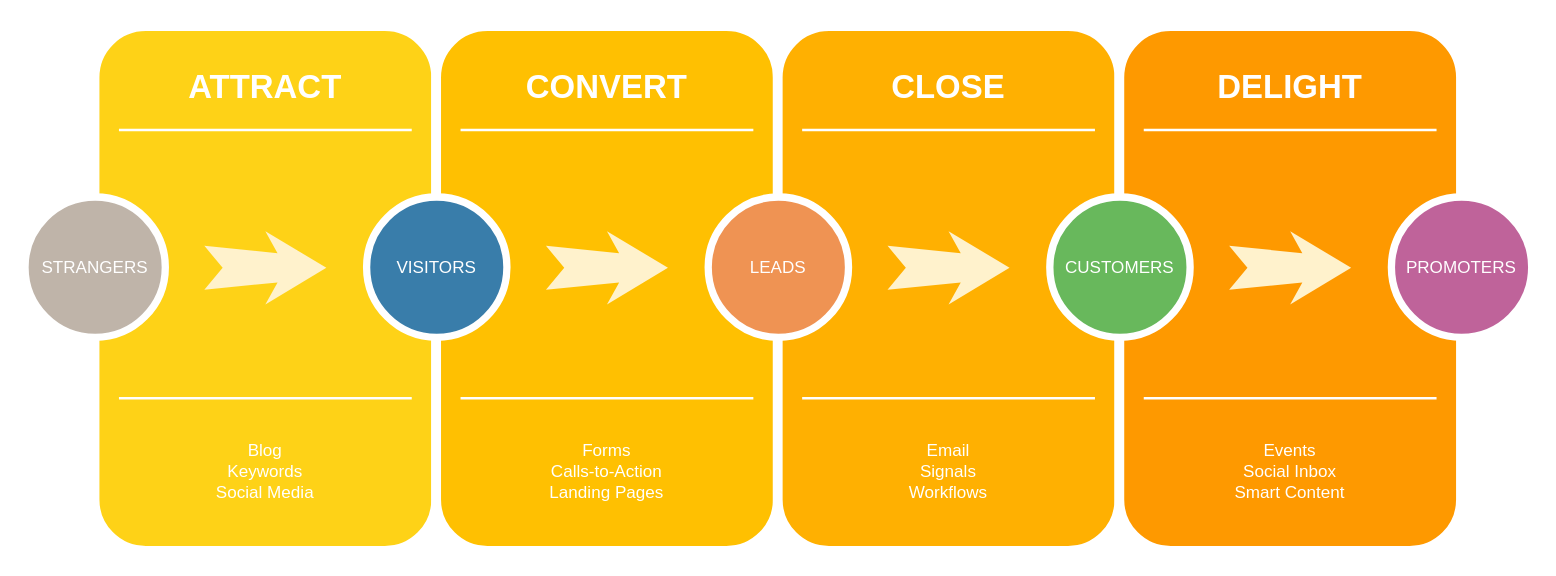
The draw.io diagram Untitled Diagram.drawio in pyunqi/drawGram, before the edit. Source tidied: cells renumbered, new cells numbered last; positions are measured from the earlier drawing's top-left corner, leaving out a move shared by most shapes. Both pictures are drawn from the tidied source at 122%, with x=0, y=0 at pixel (24, 26).
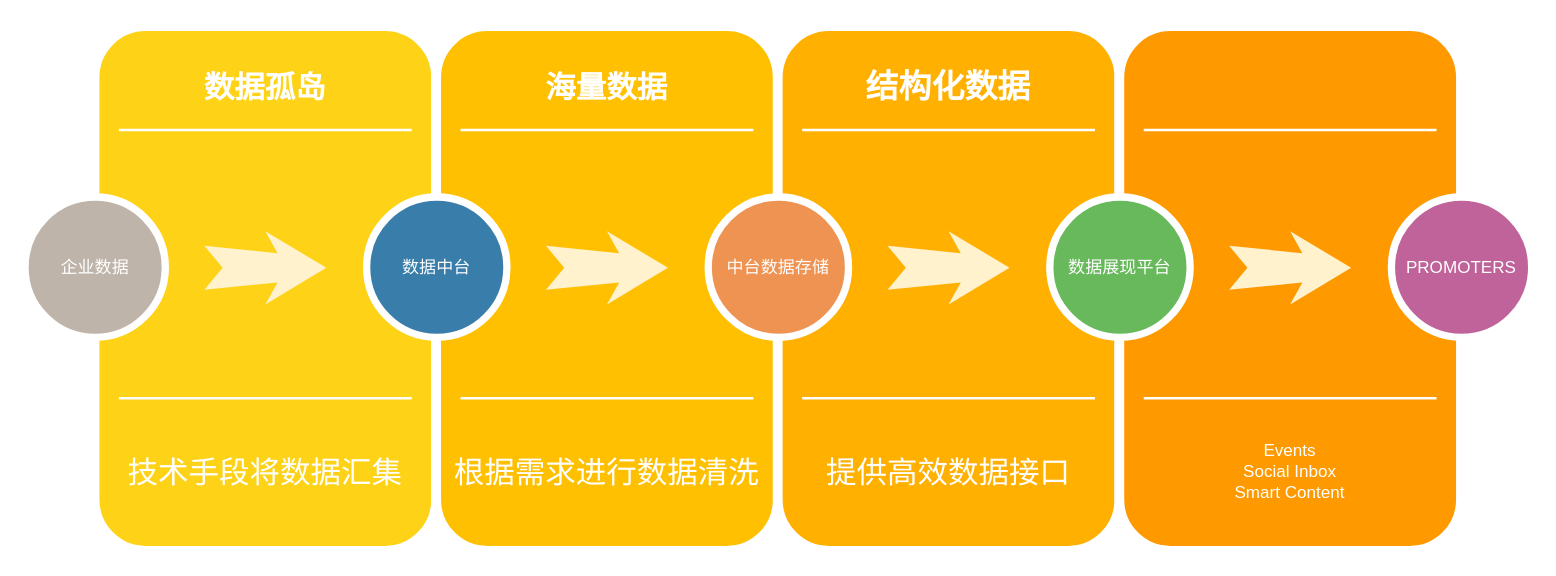
The same page after the edit.

Change to the diagram source:
```diff
@@
-    <mxCell id="3" value="ATTRACT" style="text;html=1;strokeColor=none;fillColor=none;align=center;verticalAlign=middle;whiteSpace=wrap;rounded=0;shadow=0;fontSize=27;fontColor=#FFFFFF;fontStyle=1;" parent="1" vertex="1">
+    <mxCell id="3" value="&lt;span style=&quot;font-size: 25px;&quot;&gt;数据孤岛&lt;/span&gt;" style="text;html=1;strokeColor=none;fillColor=none;align=center;verticalAlign=middle;whiteSpace=wrap;rounded=0;shadow=0;fontSize=27;fontColor=#FFFFFF;fontStyle=1;" parent="1" vertex="1">
       <mxGeometry x="57" y="20" width="280" height="60" as="geometry" />
     </mxCell>
-    <mxCell id="4" value="Blog&lt;div&gt;Keywords&lt;/div&gt;&lt;div&gt;Social Media&lt;/div&gt;" style="text;html=1;strokeColor=none;fillColor=none;align=center;verticalAlign=middle;whiteSpace=wrap;rounded=0;shadow=0;fontSize=14;fontColor=#FFFFFF;" parent="1" vertex="1">
+    <mxCell id="4" value="&lt;font style=&quot;font-size: 25px;&quot;&gt;技术手段将数据汇集&lt;/font&gt;" style="text;html=1;strokeColor=none;fillColor=none;align=center;verticalAlign=middle;whiteSpace=wrap;rounded=0;shadow=0;fontSize=14;fontColor=#FFFFFF;" parent="1" vertex="1">
       <mxGeometry x="57" y="320" width="280" height="90" as="geometry" />
     </mxCell>
@@
-    <mxCell id="7" value="STRANGERS" style="ellipse;whiteSpace=wrap;html=1;rounded=0;shadow=0;strokeWidth=6;fontSize=14;align=center;fillColor=#BFB4A9;strokeColor=#FFFFFF;fontColor=#FFFFFF;" parent="1" vertex="1">
+    <mxCell id="7" value="企业数据" style="ellipse;whiteSpace=wrap;html=1;rounded=0;shadow=0;strokeWidth=6;fontSize=14;align=center;fillColor=#BFB4A9;strokeColor=#FFFFFF;fontColor=#FFFFFF;" parent="1" vertex="1">
       <mxGeometry y="140" width="115" height="115" as="geometry" />
     </mxCell>
@@
-    <mxCell id="10" value="CONVERT" style="text;html=1;strokeColor=none;fillColor=none;align=center;verticalAlign=middle;whiteSpace=wrap;rounded=0;shadow=0;fontSize=27;fontColor=#FFFFFF;fontStyle=1;" parent="1" vertex="1">
+    <mxCell id="10" value="&lt;font style=&quot;font-size: 25px;&quot;&gt;海量数据&lt;/font&gt;" style="text;html=1;strokeColor=none;fillColor=none;align=center;verticalAlign=middle;whiteSpace=wrap;rounded=0;shadow=0;fontSize=27;fontColor=#FFFFFF;fontStyle=1;" parent="1" vertex="1">
       <mxGeometry x="337" y="20" width="280" height="60" as="geometry" />
     </mxCell>
-    <mxCell id="11" value="Forms&lt;div&gt;Calls-to-Action&lt;/div&gt;&lt;div&gt;Landing Pages&lt;/div&gt;" style="text;html=1;strokeColor=none;fillColor=none;align=center;verticalAlign=middle;whiteSpace=wrap;rounded=0;shadow=0;fontSize=14;fontColor=#FFFFFF;" parent="1" vertex="1">
+    <mxCell id="11" value="&lt;font style=&quot;font-size: 25px;&quot;&gt;根据需求进行数据清洗&lt;/font&gt;" style="text;html=1;strokeColor=none;fillColor=none;align=center;verticalAlign=middle;whiteSpace=wrap;rounded=0;shadow=0;fontSize=14;fontColor=#FFFFFF;" parent="1" vertex="1">
       <mxGeometry x="337" y="320" width="280" height="90" as="geometry" />
     </mxCell>
@@
-    <mxCell id="14" value="VISITORS" style="ellipse;whiteSpace=wrap;html=1;rounded=0;shadow=0;strokeWidth=6;fontSize=14;align=center;fillColor=#397DAA;strokeColor=#FFFFFF;fontColor=#FFFFFF;" parent="1" vertex="1">
+    <mxCell id="14" value="数据中台" style="ellipse;whiteSpace=wrap;html=1;rounded=0;shadow=0;strokeWidth=6;fontSize=14;align=center;fillColor=#397DAA;strokeColor=#FFFFFF;fontColor=#FFFFFF;" parent="1" vertex="1">
       <mxGeometry x="280" y="140" width="115" height="115" as="geometry" />
     </mxCell>
@@
-    <mxCell id="17" value="CLOSE" style="text;html=1;strokeColor=none;fillColor=none;align=center;verticalAlign=middle;whiteSpace=wrap;rounded=0;shadow=0;fontSize=27;fontColor=#FFFFFF;fontStyle=1;" parent="1" vertex="1">
+    <mxCell id="17" value="结构化数据" style="text;html=1;strokeColor=none;fillColor=none;align=center;verticalAlign=middle;whiteSpace=wrap;rounded=0;shadow=0;fontSize=27;fontColor=#FFFFFF;fontStyle=1;" parent="1" vertex="1">
       <mxGeometry x="617" y="20" width="280" height="60" as="geometry" />
     </mxCell>
-    <mxCell id="18" value="Email&lt;div&gt;Signals&lt;/div&gt;&lt;div&gt;Workflows&lt;/div&gt;" style="text;html=1;strokeColor=none;fillColor=none;align=center;verticalAlign=middle;whiteSpace=wrap;rounded=0;shadow=0;fontSize=14;fontColor=#FFFFFF;" parent="1" vertex="1">
+    <mxCell id="18" value="&lt;font style=&quot;font-size: 25px;&quot;&gt;提供高效数据接口&lt;/font&gt;" style="text;html=1;strokeColor=none;fillColor=none;align=center;verticalAlign=middle;whiteSpace=wrap;rounded=0;shadow=0;fontSize=14;fontColor=#FFFFFF;" parent="1" vertex="1">
       <mxGeometry x="617" y="320" width="280" height="90" as="geometry" />
     </mxCell>
@@
-    <mxCell id="21" value="LEADS" style="ellipse;whiteSpace=wrap;html=1;rounded=0;shadow=0;strokeWidth=6;fontSize=14;align=center;fillColor=#EF9353;strokeColor=#FFFFFF;fontColor=#FFFFFF;" parent="1" vertex="1">
+    <mxCell id="21" value="中台数据存储" style="ellipse;whiteSpace=wrap;html=1;rounded=0;shadow=0;strokeWidth=6;fontSize=14;align=center;fillColor=#EF9353;strokeColor=#FFFFFF;fontColor=#FFFFFF;" parent="1" vertex="1">
       <mxGeometry x="560" y="140" width="115" height="115" as="geometry" />
     </mxCell>
@@
-    <mxCell id="24" value="DELIGHT" style="text;html=1;strokeColor=none;fillColor=none;align=center;verticalAlign=middle;whiteSpace=wrap;rounded=0;shadow=0;fontSize=27;fontColor=#FFFFFF;fontStyle=1;" parent="1" vertex="1">
-      <mxGeometry x="897" y="20" width="280" height="60" as="geometry" />
-    </mxCell>
@@
-    <mxCell id="28" value="CUSTOMERS" style="ellipse;whiteSpace=wrap;html=1;rounded=0;shadow=0;strokeWidth=6;fontSize=14;align=center;fillColor=#68B85C;strokeColor=#FFFFFF;fontColor=#FFFFFF;" parent="1" vertex="1">
+    <mxCell id="28" value="数据展现平台" style="ellipse;whiteSpace=wrap;html=1;rounded=0;shadow=0;strokeWidth=6;fontSize=14;align=center;fillColor=#68B85C;strokeColor=#FFFFFF;fontColor=#FFFFFF;" parent="1" vertex="1">
       <mxGeometry x="840" y="140" width="115" height="115" as="geometry" />
     </mxCell>
```
